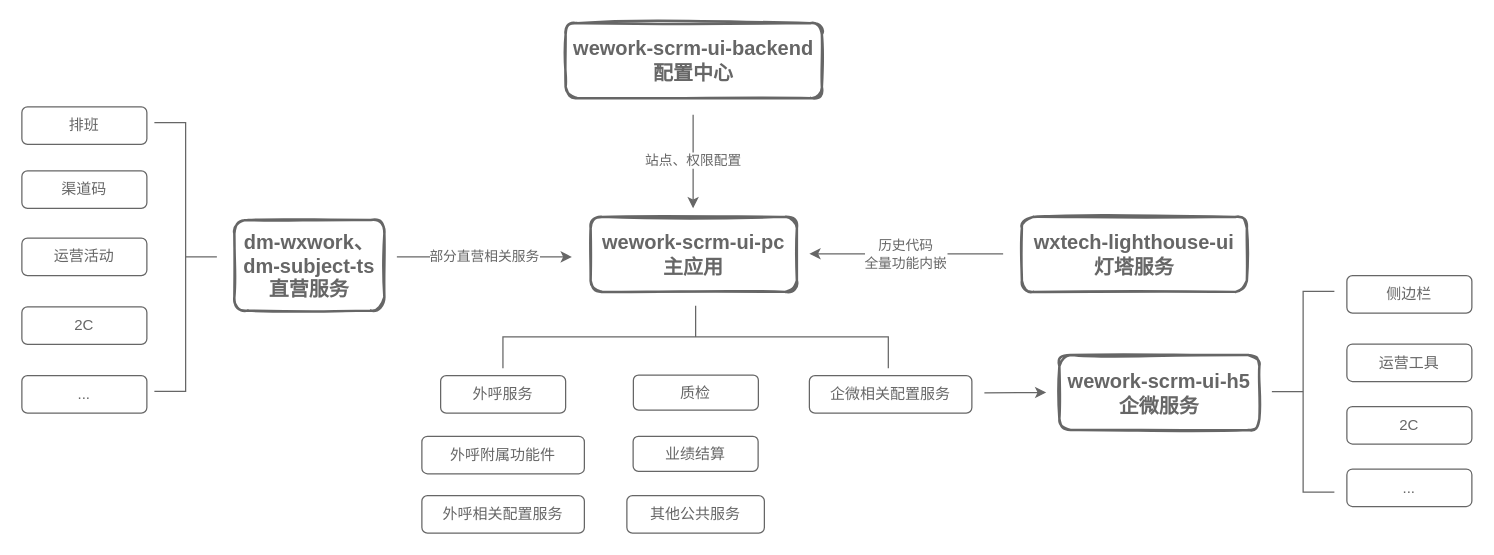
Earlier version of the draw.io diagram 未命名绘图.drawio (Martha1001/diagrams). Source tidied: cells renumbered, new cells numbered last; positions are measured from the earlier drawing's top-left corner, leaving out a move shared by most shapes. Both pictures are drawn from the tidied source at 125%, with x=0, y=0 at pixel (21, 22).
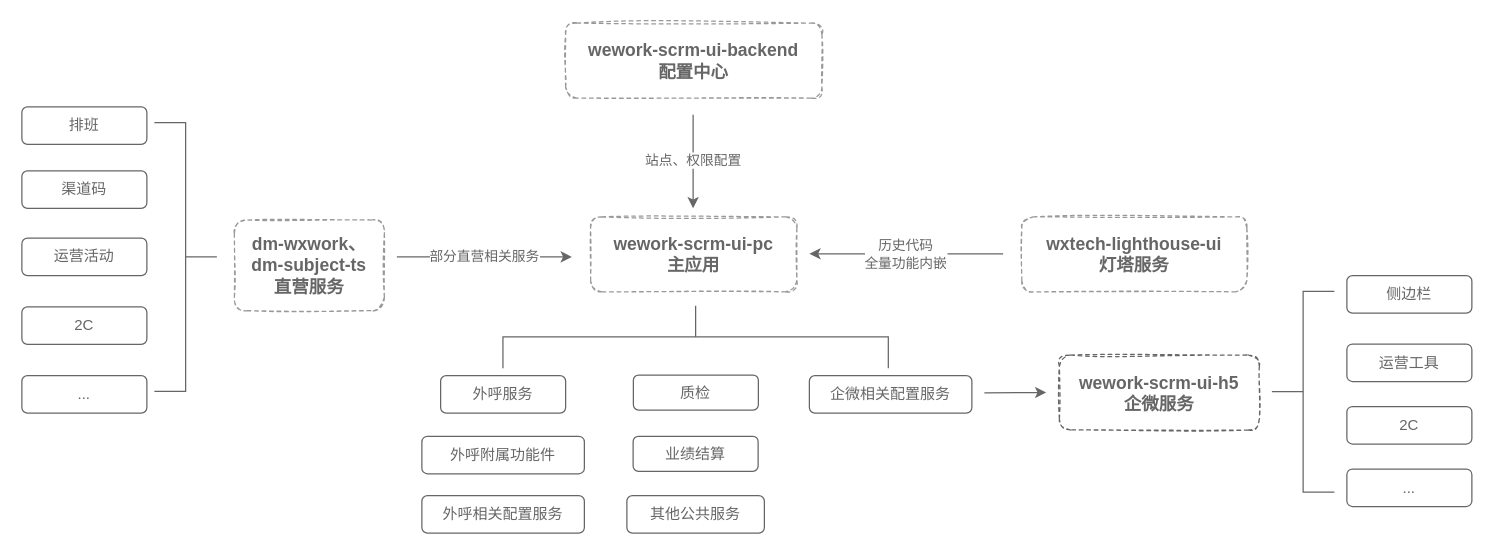
The same diagram, later.

Commit message:
更新未命名绘图.drawio

The edit, as a diff of the source:
```diff
@@
-    <mxCell id="2" value="&lt;font style=&quot;font-size: 16px&quot;&gt;&lt;b&gt;wework-scrm-ui-backend&lt;br&gt;配置中心&lt;br&gt;&lt;/b&gt;&lt;/font&gt;" style="rounded=1;whiteSpace=wrap;html=1;strokeWidth=2;fillWeight=4;hachureGap=8;hachureAngle=45;sketch=1;fillStyle=hachure;fillColor=none;strokeColor=#666;fontColor=#666;" parent="1" vertex="1">
+    <mxCell id="2" value="&lt;font style=&quot;font-size: 14px&quot;&gt;&lt;b&gt;wework-scrm-ui-backend&lt;br&gt;配置中心&lt;br&gt;&lt;/b&gt;&lt;/font&gt;" style="rounded=1;whiteSpace=wrap;html=1;strokeWidth=1;fillWeight=4;hachureGap=8;hachureAngle=45;sketch=1;fillStyle=hachure;fillColor=none;strokeColor=#999;fontColor=#666;dashed=1;" parent="1" vertex="1">
       <mxGeometry x="435" width="205" height="60" as="geometry" />
     </mxCell>
@@
-    <mxCell id="4" value="&lt;b style=&quot;font-size: 16px;&quot;&gt;wework-scrm-ui-pc&lt;br&gt;主应用&lt;br&gt;&lt;/b&gt;" style="rounded=1;whiteSpace=wrap;html=1;strokeWidth=2;fillWeight=4;hachureGap=8;hachureAngle=45;sketch=1;fillColor=none;strokeColor=#666;fontColor=#666;" parent="1" vertex="1">
+    <mxCell id="4" value="&lt;b style=&quot;font-size: 14px&quot;&gt;wework-scrm-ui-pc&lt;br&gt;主应用&lt;br&gt;&lt;/b&gt;" style="rounded=1;whiteSpace=wrap;html=1;strokeWidth=1;fillWeight=4;hachureGap=8;hachureAngle=45;sketch=1;fillColor=none;strokeColor=#999;fontColor=#666;dashed=1;" parent="1" vertex="1">
       <mxGeometry x="455" y="155" width="165" height="60" as="geometry" />
     </mxCell>
-    <mxCell id="5" value="&lt;font&gt;&lt;b style=&quot;font-size: 16px&quot;&gt;dm-wxwork、&lt;/b&gt;&lt;br&gt;&lt;span style=&quot;font-size: 16px&quot;&gt;&lt;b&gt;dm-subject-ts&lt;br&gt;&lt;/b&gt;&lt;/span&gt;&lt;b&gt;&lt;font style=&quot;font-size: 16px&quot;&gt;直营服务&lt;/font&gt;&lt;/b&gt;&lt;br&gt;&lt;/font&gt;" style="rounded=1;whiteSpace=wrap;html=1;strokeWidth=2;fillWeight=4;hachureGap=8;hachureAngle=45;sketch=1;fillColor=none;strokeColor=#666;fontColor=#666;" parent="1" vertex="1">
+    <mxCell id="5" value="&lt;font style=&quot;font-size: 14px&quot;&gt;&lt;b&gt;dm-wxwork、&lt;/b&gt;&lt;br&gt;&lt;span&gt;&lt;b&gt;dm-subject-ts&lt;br&gt;&lt;/b&gt;&lt;/span&gt;&lt;b&gt;&lt;font style=&quot;font-size: 14px&quot;&gt;直营服务&lt;/font&gt;&lt;/b&gt;&lt;br&gt;&lt;/font&gt;" style="rounded=1;whiteSpace=wrap;html=1;strokeWidth=1;fillWeight=4;hachureGap=8;hachureAngle=45;sketch=1;fillColor=none;strokeColor=#999;fontColor=#666;dashed=1;" parent="1" vertex="1">
       <mxGeometry x="170" y="157.5" width="120" height="72.5" as="geometry" />
     </mxCell>
-    <mxCell id="6" value="&lt;b style=&quot;font-size: 16px;&quot;&gt;wework-scrm-ui-h5&lt;br&gt;企微服务&lt;br&gt;&lt;/b&gt;" style="rounded=1;whiteSpace=wrap;html=1;strokeWidth=2;fillWeight=4;hachureGap=8;hachureAngle=45;sketch=1;fillColor=none;strokeColor=#666;fontColor=#666;" parent="1" vertex="1">
+    <mxCell id="6" value="&lt;b style=&quot;font-size: 14px&quot;&gt;wework-scrm-ui-h5&lt;br&gt;企微服务&lt;br&gt;&lt;/b&gt;" style="rounded=1;whiteSpace=wrap;html=1;strokeWidth=1;fillWeight=4;hachureGap=8;hachureAngle=45;sketch=1;fillColor=none;strokeColor=#666;fontColor=#666;dashed=1;" parent="1" vertex="1">
       <mxGeometry x="830" y="265.5" width="160" height="60" as="geometry" />
     </mxCell>
@@
-    <mxCell id="13" value="&lt;b&gt;&lt;font style=&quot;font-size: 16px&quot;&gt;wxtech-lighthouse-ui&lt;br&gt;灯塔服务&lt;br&gt;&lt;/font&gt;&lt;/b&gt;" style="rounded=1;whiteSpace=wrap;html=1;strokeWidth=2;fillWeight=4;hachureGap=8;hachureAngle=45;sketch=1;fillColor=none;strokeColor=#666;fontColor=#666;" parent="1" vertex="1">
+    <mxCell id="13" value="&lt;b style=&quot;font-size: 14px&quot;&gt;&lt;font style=&quot;font-size: 14px&quot;&gt;wxtech-lighthouse-ui&lt;br&gt;灯塔服务&lt;br&gt;&lt;/font&gt;&lt;/b&gt;" style="rounded=1;whiteSpace=wrap;html=1;strokeWidth=1;fillWeight=4;hachureGap=8;hachureAngle=45;sketch=1;fillColor=none;strokeColor=#999;fontColor=#666;dashed=1;" parent="1" vertex="1">
       <mxGeometry x="800" y="155" width="180" height="60" as="geometry" />
     </mxCell>
```
